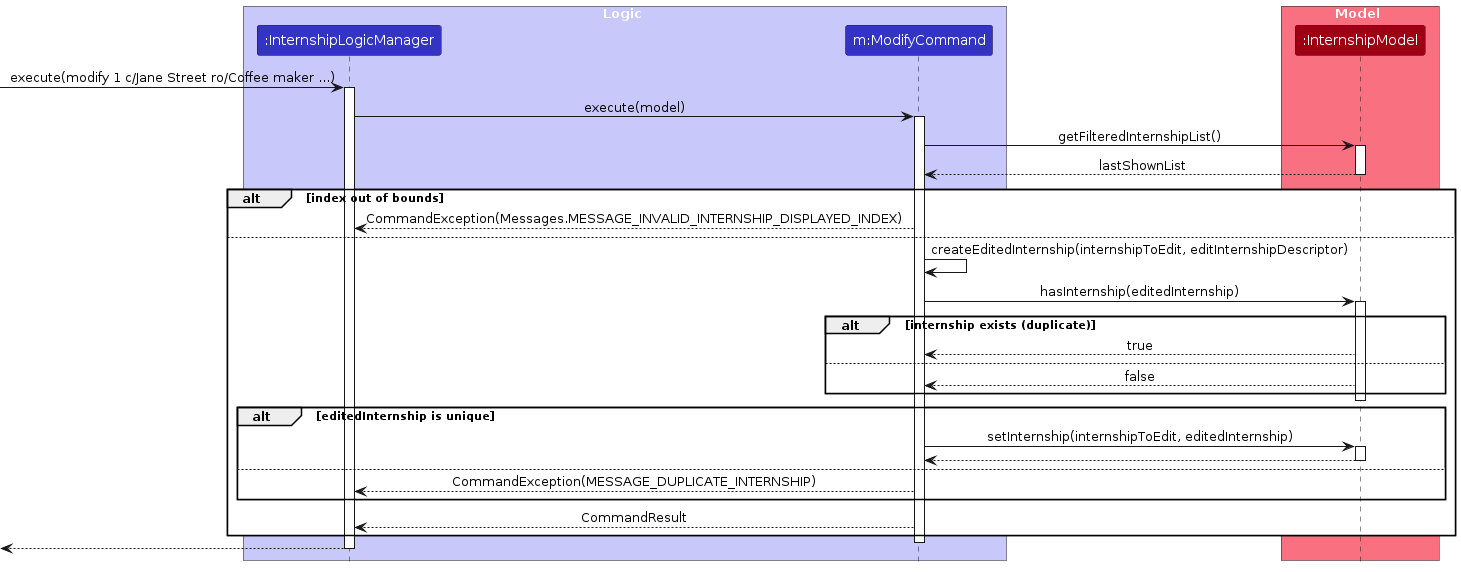
The PlantUML diagram diagrams/ModifySequenceDiagram.png in AY2324S1-CS2103T-W17-1/tp, before a commit. Its source is kept beside it as diagrams/ModifySequenceDiagram.puml.
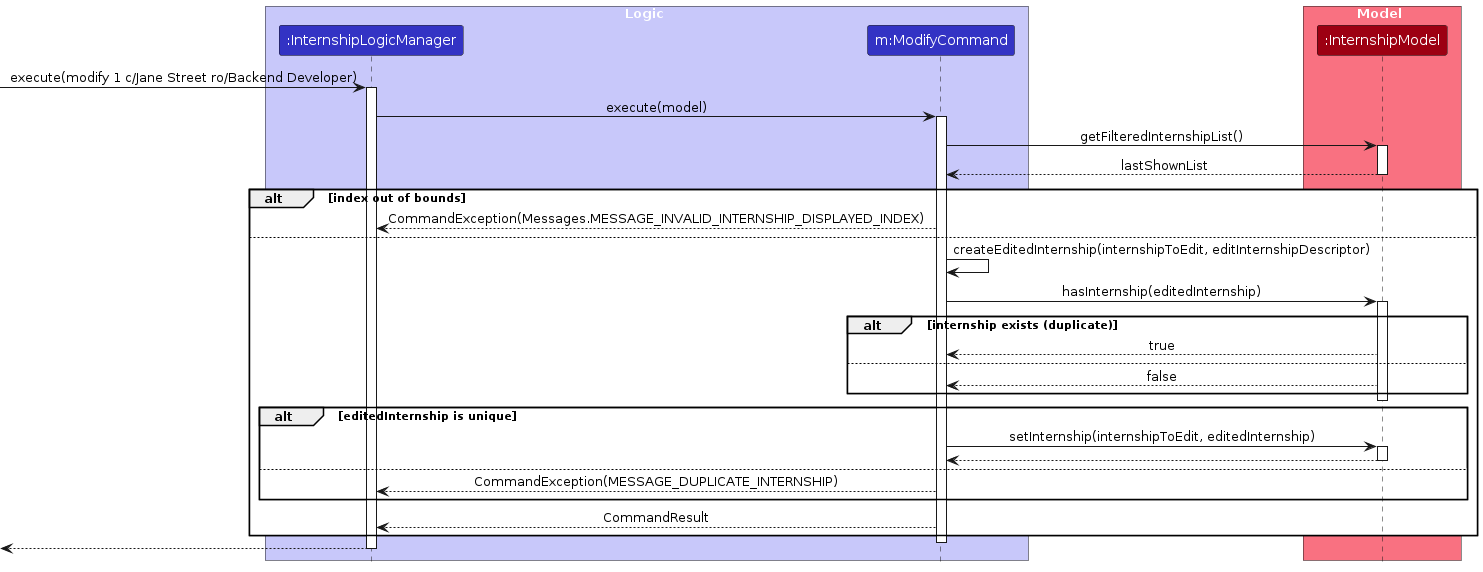
Later version of the same file.

Change to the diagram source:
```diff
@@ -12,7 +12,7 @@
     participant ":InternshipModel" as InternshipModel MODEL_COLOR
 end box
 
-[-> InternshipLogicManager : execute(modify 1 c/Jane Street ro/Coffee maker ...)
+[-> InternshipLogicManager : execute(modify 1 c/Jane Street ro/Backend Developer)
 activate InternshipLogicManager
 
 InternshipLogicManager -> ModifyCommand : execute(model)
```
